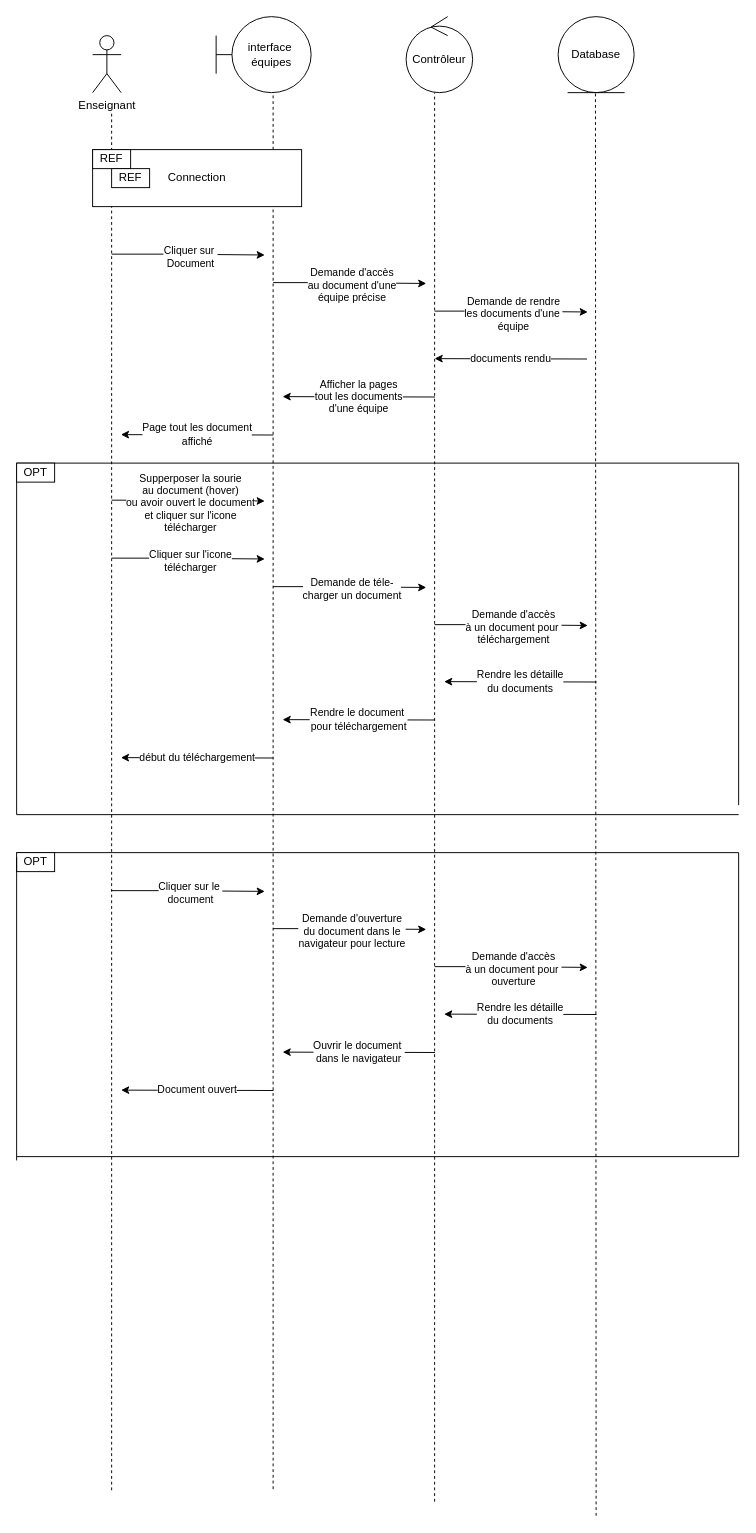
stormsidali2001/PFE_third_year_school_project_front keeps this draw.io diagram as diagrams/ConculterLesDocumentsDeSesEquipes.drawio. Above is the earlier version. Source tidied: cells renumbered, new cells numbered last; positions are measured from the earlier drawing's top-left corner, leaving out a move shared by most shapes. Both pictures are drawn from the tidied source at 95%, with x=0, y=0 at pixel (16, 16).
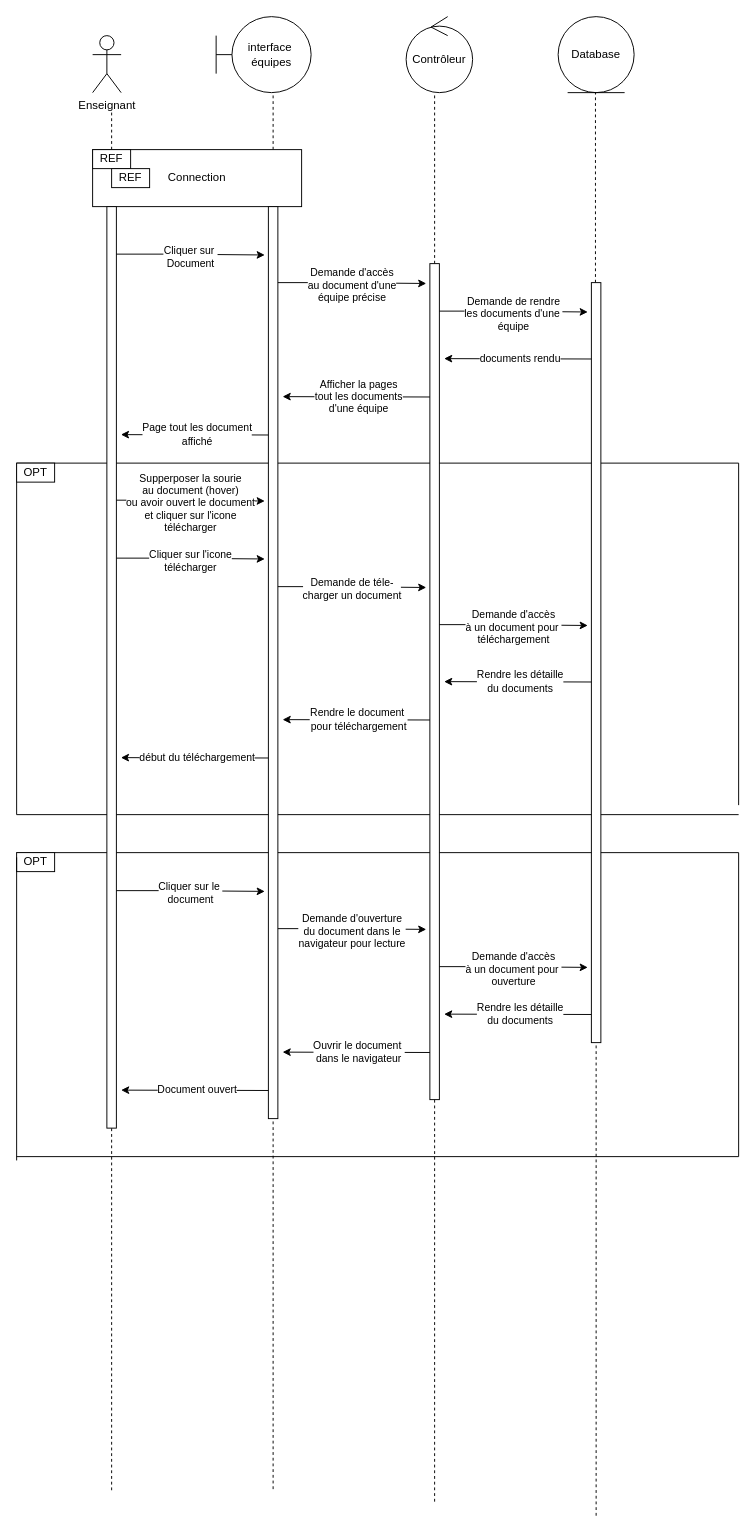
Above is the later version.

Change to the diagram source:
```diff
@@
-    <mxCell id="6" style="endArrow=none;dashed=1;html=1;rounded=0;" parent="1" edge="1">
+    <mxCell id="6" style="endArrow=none;dashed=1;html=1;rounded=0;startArrow=none;" parent="1" edge="1" source="52">
       <mxGeometry relative="1" as="geometry">
-        <mxPoint x="100" y="1551.2" as="sourcePoint" />
         <mxPoint x="100" y="100" as="targetPoint" />
       </mxGeometry>
     </mxCell>
-    <mxCell id="7" style="endArrow=none;dashed=1;html=1;rounded=0;" parent="1" edge="1">
+    <mxCell id="7" style="endArrow=none;dashed=1;html=1;rounded=0;startArrow=none;" parent="1" edge="1" source="54">
       <mxGeometry relative="1" as="geometry">
-        <mxPoint x="270" y="1550" as="sourcePoint" />
         <mxPoint x="270" y="80" as="targetPoint" />
       </mxGeometry>
     </mxCell>
-    <mxCell id="8" style="endArrow=none;dashed=1;html=1;rounded=0;" parent="1" edge="1">
+    <mxCell id="8" style="endArrow=none;dashed=1;html=1;rounded=0;startArrow=none;" parent="1" edge="1" source="56">
       <mxGeometry relative="1" as="geometry">
-        <mxPoint x="440" y="1563.2" as="sourcePoint" />
         <mxPoint x="440" y="80" as="targetPoint" />
       </mxGeometry>
     </mxCell>
-    <mxCell id="9" style="endArrow=none;dashed=1;html=1;rounded=0;" parent="1" edge="1">
+    <mxCell id="9" style="endArrow=none;dashed=1;html=1;rounded=0;startArrow=none;" parent="1" edge="1" source="58">
       <mxGeometry relative="1" as="geometry">
-        <mxPoint x="610" y="1578" as="sourcePoint" />
         <mxPoint x="609.3" y="80" as="targetPoint" />
       </mxGeometry>
     </mxCell>
@@
     <mxCell id="28" value="documents rendu" style="endArrow=classic;html=1;rounded=0;entryX=1.312;entryY=0.742;entryDx=0;entryDy=0;entryPerimeter=0;" parent="1" edge="1">
       <mxGeometry relative="1" as="geometry">
-        <mxPoint x="600.4" y="360.4" as="sourcePoint" />
-        <mxPoint x="440" y="360" as="targetPoint" />
+        <mxPoint x="610.4" y="360.4" as="sourcePoint" />
+        <mxPoint x="450" y="360" as="targetPoint" />
       </mxGeometry>
     </mxCell>
@@
+    <mxCell id="52" style="html=1;points=[];perimeter=orthogonalPerimeter;" parent="1" vertex="1">
+      <mxGeometry x="95" y="200" width="10" height="970" as="geometry" />
+    </mxCell>
+    <mxCell id="53" style="endArrow=none;dashed=1;html=1;rounded=0;" parent="1" edge="1" target="52">
+      <mxGeometry relative="1" as="geometry">
+        <mxPoint x="100" y="1551.2" as="sourcePoint" />
+      </mxGeometry>
+    </mxCell>
+    <mxCell id="54" style="html=1;points=[];perimeter=orthogonalPerimeter;" parent="1" vertex="1">
+      <mxGeometry x="265" y="200" width="10" height="960" as="geometry" />
+    </mxCell>
+    <mxCell id="55" style="endArrow=none;dashed=1;html=1;rounded=0;" parent="1" edge="1" target="54">
+      <mxGeometry relative="1" as="geometry">
+        <mxPoint x="270" y="1550" as="sourcePoint" />
+      </mxGeometry>
+    </mxCell>
+    <mxCell id="56" style="html=1;points=[];perimeter=orthogonalPerimeter;" parent="1" vertex="1">
+      <mxGeometry x="435" y="260" width="10" height="880" as="geometry" />
+    </mxCell>
+    <mxCell id="57" style="endArrow=none;dashed=1;html=1;rounded=0;" parent="1" edge="1" target="56">
+      <mxGeometry relative="1" as="geometry">
+        <mxPoint x="440" y="1563.2" as="sourcePoint" />
+      </mxGeometry>
+    </mxCell>
+    <mxCell id="58" style="html=1;points=[];perimeter=orthogonalPerimeter;" parent="1" vertex="1">
+      <mxGeometry x="605" y="280" width="10" height="800" as="geometry" />
+    </mxCell>
+    <mxCell id="59" style="endArrow=none;dashed=1;html=1;rounded=0;" parent="1" edge="1" target="58">
+      <mxGeometry relative="1" as="geometry">
+        <mxPoint x="610" y="1578" as="sourcePoint" />
+      </mxGeometry>
+    </mxCell>
```
